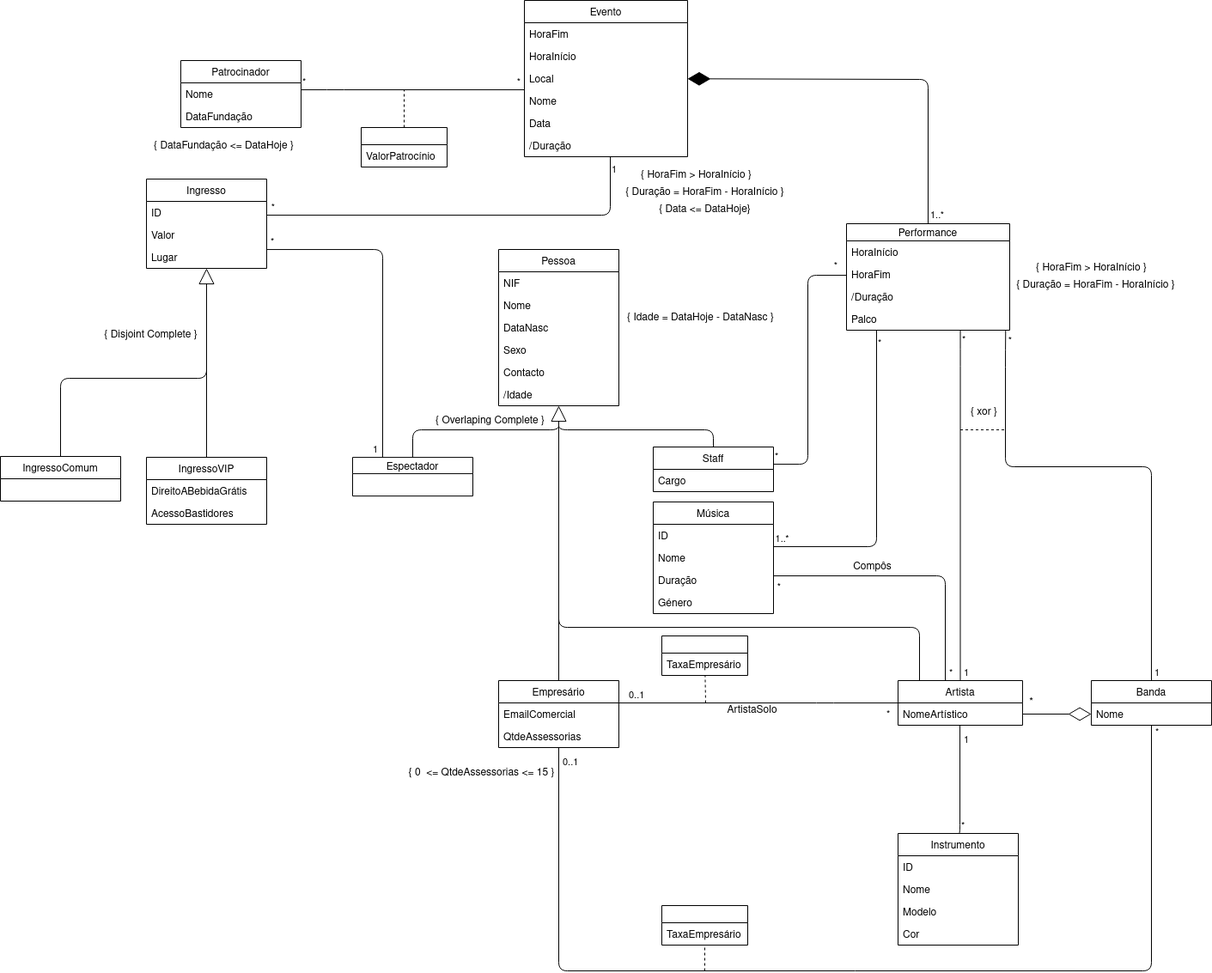
Above: Projeto/Diagrama.png in victorsnunes/FEUP-BDAD (draw.io), before the change. Source tidied: cells renumbered, new cells last; positions are measured from the earlier drawing's top-left corner, leaving out a move shared by most shapes.
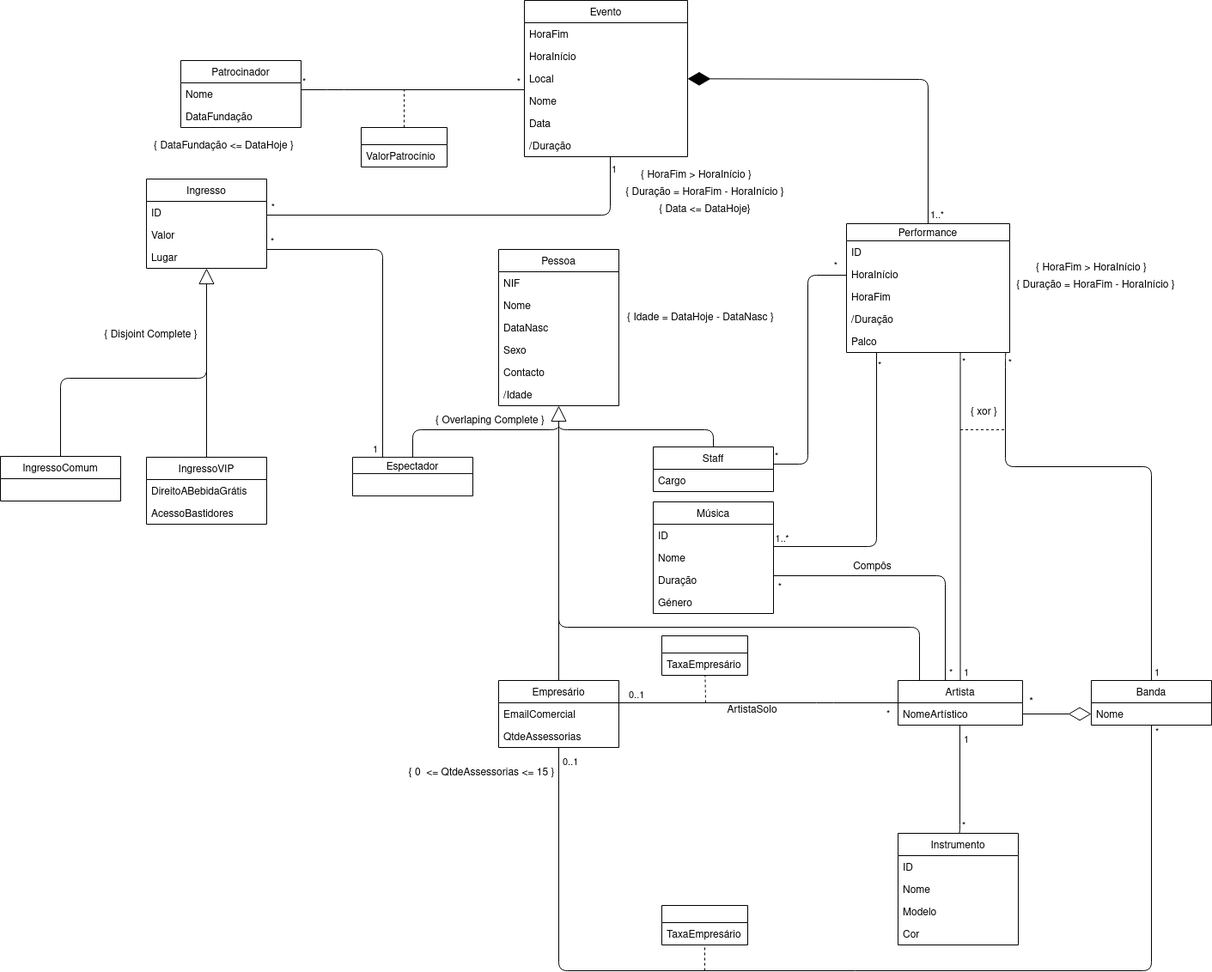
The same diagram one commit later.

What changed in the source:
```diff
@@ -88,19 +88,22 @@
       </mxGeometry>
     </mxCell>
     <mxCell id="25" value="Performance" style="swimlane;fontStyle=0;horizontal=1;startSize=20;fillColor=none;" parent="1" vertex="1">
-      <mxGeometry x="985" y="260" width="190" height="124" as="geometry" />
+      <mxGeometry x="985" y="260" width="190" height="150" as="geometry" />
     </mxCell>
+    <mxCell id="118" value="ID" style="text;strokeColor=none;fillColor=none;align=left;verticalAlign=top;spacingLeft=4;spacingRight=4;overflow=hidden;" parent="25" vertex="1">
+      <mxGeometry y="20" width="190" height="26" as="geometry" />
+    </mxCell>
     <mxCell id="26" value="HoraInício" style="text;strokeColor=none;fillColor=none;align=left;verticalAlign=top;spacingLeft=4;spacingRight=4;overflow=hidden;" parent="25" vertex="1">
-      <mxGeometry y="20" width="190" height="26" as="geometry" />
+      <mxGeometry y="46" width="190" height="26" as="geometry" />
     </mxCell>
     <mxCell id="27" value="HoraFim" style="text;strokeColor=none;fillColor=none;align=left;verticalAlign=top;spacingLeft=4;spacingRight=4;overflow=hidden;" parent="25" vertex="1">
-      <mxGeometry y="46" width="190" height="26" as="geometry" />
+      <mxGeometry y="72" width="190" height="26" as="geometry" />
     </mxCell>
     <mxCell id="28" value="/Duração" style="text;strokeColor=none;fillColor=none;align=left;verticalAlign=top;spacingLeft=4;spacingRight=4;overflow=hidden;" parent="25" vertex="1">
-      <mxGeometry y="72" width="190" height="26" as="geometry" />
+      <mxGeometry y="98" width="190" height="26" as="geometry" />
     </mxCell>
     <mxCell id="29" value="Palco" style="text;strokeColor=none;fillColor=none;align=left;verticalAlign=top;spacingLeft=4;spacingRight=4;overflow=hidden;points=[[0,0.5],[1,0.5]];portConstraint=eastwest;" parent="25" vertex="1">
-      <mxGeometry y="98" width="190" height="26" as="geometry" />
+      <mxGeometry y="124" width="190" height="26" as="geometry" />
     </mxCell>
     <mxCell id="30" value="Instrumento" style="swimlane;fontStyle=0;horizontal=1;startSize=26;fillColor=none;" parent="1" vertex="1">
       <mxGeometry x="1045" y="970" width="140" height="130" as="geometry" />
```
